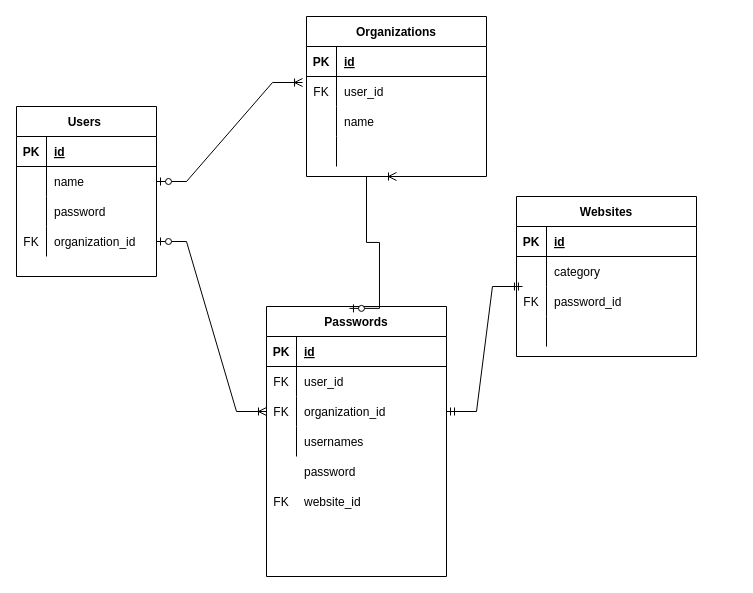
The draw.io diagram PasswordKeepR.drawio in CoffeeJitterz/Password_Herder, before the edit. Source tidied: cells renumbered, new cells numbered last; positions are measured from the earlier drawing's top-left corner, leaving out a move shared by most shapes. Both pictures are drawn from the tidied source at 100%, with x=0, y=0 at pixel (16, 16).
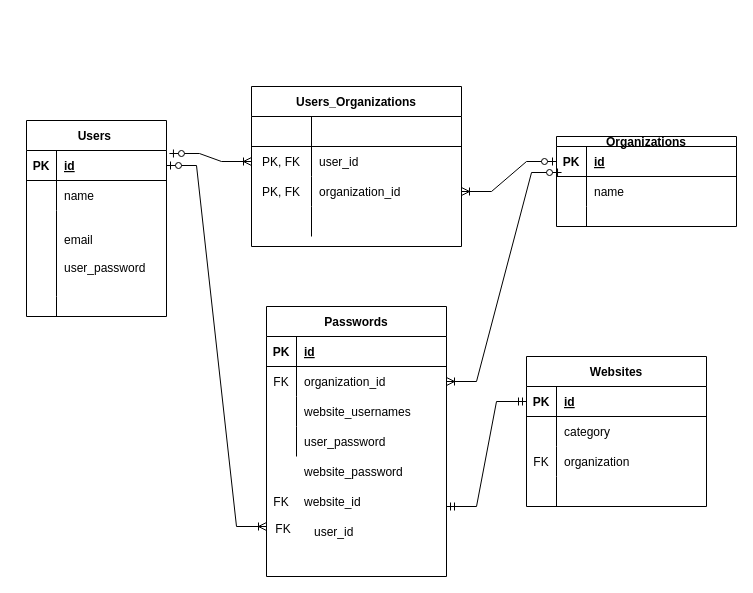
The same page after the edit.

Unchanged cells that the change refers to:
```xml
<mxCell id="3" style="shape=partialRectangle;fillColor=none;top=0;left=0;bottom=1;right=0;points=[[0,0.5],[1,0.5]];portConstraint=eastwest;" parent="2" vertex="1">
  <mxGeometry y="30" width="140" height="30" as="geometry" />
</mxCell>
<mxCell id="6" style="shape=partialRectangle;fillColor=none;top=0;left=0;bottom=0;right=0;points=[[0,0.5],[1,0.5]];portConstraint=eastwest;" parent="2" vertex="1">
  <mxGeometry y="60" width="140" height="30" as="geometry" />
</mxCell>
<mxCell id="15" value="Passwords" style="shape=table;startSize=30;childLayout=tableLayout;rowLines=0;fontStyle=1;align=center;" parent="1" vertex="1">
  <mxGeometry x="250" y="290" width="180" height="270" as="geometry" />
</mxCell>
<mxCell id="19" style="shape=partialRectangle;fillColor=none;top=0;left=0;bottom=0;right=0;points=[[0,0.5],[1,0.5]];portConstraint=eastwest;" parent="15" vertex="1">
  <mxGeometry y="60" width="180" height="30" as="geometry" />
</mxCell>
<mxCell id="44" style="shape=partialRectangle;fillColor=none;top=0;left=0;bottom=1;right=0;points=[[0,0.5],[1,0.5]];portConstraint=eastwest;" parent="43" vertex="1">
  <mxGeometry y="30" width="180" height="30" as="geometry" />
</mxCell>
<mxCell id="50" style="shape=partialRectangle;fillColor=none;top=0;left=0;bottom=0;right=0;points=[[0,0.5],[1,0.5]];portConstraint=eastwest;" parent="43" vertex="1">
  <mxGeometry y="90" width="180" height="30" as="geometry" />
</mxCell>
```

The edit, as a diff of the source:
```diff
@@
     <mxCell id="2" value="Users " style="shape=table;startSize=30;childLayout=tableLayout;rowLines=0;fontStyle=1;align=center;" parent="1" vertex="1">
-      <mxGeometry y="90" width="140" height="170" as="geometry" />
+      <mxGeometry x="10" y="104" width="140" height="196" as="geometry" />
     </mxCell>
@@
     <mxCell id="9" style="shape=partialRectangle;fillColor=none;top=0;left=0;bottom=0;right=0;" parent="2" vertex="1">
-      <mxGeometry y="90" width="140" height="30" as="geometry" />
+      <mxGeometry y="90" width="140" height="86" as="geometry" />
     </mxCell>
     <mxCell id="10" style="shape=partialRectangle;fillColor=none;top=0;left=0;bottom=0;right=0;overflow=hidden;" parent="9" vertex="1">
-      <mxGeometry width="30" height="30" as="geometry" />
+      <mxGeometry width="30" height="86" as="geometry" />
     </mxCell>
-    <mxCell id="11" value="password" style="shape=partialRectangle;fillColor=none;top=0;left=0;bottom=0;right=0;align=left;spacingLeft=6;overflow=hidden;" parent="9" vertex="1">
-      <mxGeometry x="30" width="110" height="30" as="geometry" />
+    <mxCell id="11" value="email&#10;&#10;user_password" style="shape=partialRectangle;fillColor=none;top=0;left=0;bottom=0;right=0;align=left;spacingLeft=6;overflow=hidden;" parent="9" vertex="1">
+      <mxGeometry x="30" width="110" height="86" as="geometry" />
     </mxCell>
     <mxCell id="12" style="shape=partialRectangle;fillColor=none;top=0;left=0;bottom=0;right=0;points=[[0,0.5],[1,0.5]];portConstraint=eastwest;" parent="2" vertex="1">
-      <mxGeometry y="120" width="140" height="30" as="geometry" />
+      <mxGeometry y="176" width="140" height="20" as="geometry" />
     </mxCell>
-    <mxCell id="13" value="FK" style="shape=partialRectangle;fillColor=none;top=0;left=0;bottom=0;right=0;overflow=hidden;" parent="12" vertex="1">
-      <mxGeometry width="30" height="30" as="geometry" />
+    <mxCell id="13" style="shape=partialRectangle;fillColor=none;top=0;left=0;bottom=0;right=0;overflow=hidden;" parent="12" vertex="1">
+      <mxGeometry width="30" height="20" as="geometry" />
     </mxCell>
-    <mxCell id="14" value="organization_id" style="shape=partialRectangle;fillColor=none;top=0;left=0;bottom=0;right=0;align=left;spacingLeft=6;overflow=hidden;" parent="12" vertex="1">
-      <mxGeometry x="30" width="110" height="30" as="geometry" />
+    <mxCell id="14" style="shape=partialRectangle;fillColor=none;top=0;left=0;bottom=0;right=0;align=left;spacingLeft=6;overflow=hidden;" parent="12" vertex="1">
+      <mxGeometry x="30" width="110" height="20" as="geometry" />
     </mxCell>
@@
-    <mxCell id="21" value="user_id" style="shape=partialRectangle;fillColor=none;top=0;left=0;bottom=0;right=0;align=left;spacingLeft=6;overflow=hidden;" parent="19" vertex="1">
+    <mxCell id="21" value="organization_id" style="shape=partialRectangle;fillColor=none;top=0;left=0;bottom=0;right=0;align=left;spacingLeft=6;overflow=hidden;" parent="19" vertex="1">
       <mxGeometry x="30" width="150" height="30" as="geometry" />
     </mxCell>
+    <mxCell id="25" style="shape=partialRectangle;fillColor=none;top=0;left=0;bottom=0;right=0;" parent="15" vertex="1">
+      <mxGeometry y="90" width="180" height="30" as="geometry" />
+    </mxCell>
+    <mxCell id="26" style="shape=partialRectangle;fillColor=none;top=0;left=0;bottom=0;right=0;overflow=hidden;" parent="25" vertex="1">
+      <mxGeometry width="30" height="30" as="geometry" />
+    </mxCell>
+    <mxCell id="27" value="website_usernames" style="shape=partialRectangle;fillColor=none;top=0;left=0;bottom=0;right=0;align=left;spacingLeft=6;overflow=hidden;" parent="25" vertex="1">
+      <mxGeometry x="30" width="150" height="30" as="geometry" />
+    </mxCell>
     <mxCell id="22" style="shape=partialRectangle;fillColor=none;top=0;left=0;bottom=0;right=0;points=[[0,0.5],[1,0.5]];portConstraint=eastwest;" parent="15" vertex="1">
-      <mxGeometry y="90" width="180" height="30" as="geometry" />
+      <mxGeometry y="120" width="180" height="30" as="geometry" />
     </mxCell>
-    <mxCell id="23" value="FK" style="shape=partialRectangle;fillColor=none;top=0;left=0;bottom=0;right=0;overflow=hidden;" parent="22" vertex="1">
+    <mxCell id="23" style="shape=partialRectangle;fillColor=none;top=0;left=0;bottom=0;right=0;overflow=hidden;" parent="22" vertex="1">
       <mxGeometry width="30" height="30" as="geometry" />
     </mxCell>
-    <mxCell id="24" value="organization_id" style="shape=partialRectangle;fillColor=none;top=0;left=0;bottom=0;right=0;align=left;spacingLeft=6;overflow=hidden;" parent="22" vertex="1">
+    <mxCell id="24" value="user_password" style="shape=partialRectangle;fillColor=none;top=0;left=0;bottom=0;right=0;align=left;spacingLeft=6;overflow=hidden;" parent="22" vertex="1">
       <mxGeometry x="30" width="150" height="30" as="geometry" />
     </mxCell>
-    <mxCell id="25" style="shape=partialRectangle;fillColor=none;top=0;left=0;bottom=0;right=0;" parent="15" vertex="1">
-      <mxGeometry y="120" width="180" height="30" as="geometry" />
-    </mxCell>
-    <mxCell id="26" style="shape=partialRectangle;fillColor=none;top=0;left=0;bottom=0;right=0;overflow=hidden;" parent="25" vertex="1">
-      <mxGeometry width="30" height="30" as="geometry" />
-    </mxCell>
-    <mxCell id="27" value="usernames" style="shape=partialRectangle;fillColor=none;top=0;left=0;bottom=0;right=0;align=left;spacingLeft=6;overflow=hidden;" parent="25" vertex="1">
-      <mxGeometry x="30" width="150" height="30" as="geometry" />
-    </mxCell>
-    <mxCell id="28" value="Organizations" style="shape=table;startSize=30;childLayout=tableLayout;rowLines=0;fontStyle=1;align=center;" parent="1" vertex="1">
-      <mxGeometry x="290" width="180" height="160" as="geometry" />
+    <mxCell id="28" value="Organizations" style="shape=table;startSize=10;childLayout=tableLayout;rowLines=0;fontStyle=1;align=center;" parent="1" vertex="1">
+      <mxGeometry x="540" y="120" width="180" height="90" as="geometry" />
     </mxCell>
     <mxCell id="29" style="shape=partialRectangle;fillColor=none;top=0;left=0;bottom=1;right=0;points=[[0,0.5],[1,0.5]];portConstraint=eastwest;" parent="28" vertex="1">
-      <mxGeometry y="30" width="180" height="30" as="geometry" />
+      <mxGeometry y="10" width="180" height="30" as="geometry" />
     </mxCell>
@@
     <mxCell id="32" style="shape=partialRectangle;fillColor=none;top=0;left=0;bottom=0;right=0;points=[[0,0.5],[1,0.5]];portConstraint=eastwest;" parent="28" vertex="1">
-      <mxGeometry y="60" width="180" height="30" as="geometry" />
+      <mxGeometry y="40" width="180" height="30" as="geometry" />
     </mxCell>
-    <mxCell id="33" value="FK" style="shape=partialRectangle;fillColor=none;top=0;left=0;bottom=0;right=0;overflow=hidden;" parent="32" vertex="1">
+    <mxCell id="33" style="shape=partialRectangle;fillColor=none;top=0;left=0;bottom=0;right=0;overflow=hidden;" parent="32" vertex="1">
       <mxGeometry width="30" height="30" as="geometry" />
     </mxCell>
-    <mxCell id="34" value="user_id" style="shape=partialRectangle;fillColor=none;top=0;left=0;bottom=0;right=0;align=left;spacingLeft=6;overflow=hidden;" parent="32" vertex="1">
+    <mxCell id="34" value="name" style="shape=partialRectangle;fillColor=none;top=0;left=0;bottom=0;right=0;align=left;spacingLeft=6;overflow=hidden;" parent="32" vertex="1">
       <mxGeometry x="30" width="150" height="30" as="geometry" />
     </mxCell>
-    <mxCell id="35" style="shape=partialRectangle;fillColor=none;top=0;left=0;bottom=0;right=0;" parent="28" vertex="1">
-      <mxGeometry y="90" width="180" height="30" as="geometry" />
-    </mxCell>
-    <mxCell id="36" style="shape=partialRectangle;fillColor=none;top=0;left=0;bottom=0;right=0;overflow=hidden;" parent="35" vertex="1">
-      <mxGeometry width="30" height="30" as="geometry" />
-    </mxCell>
-    <mxCell id="37" value="name" style="shape=partialRectangle;fillColor=none;top=0;left=0;bottom=0;right=0;align=left;spacingLeft=6;overflow=hidden;" parent="35" vertex="1">
-      <mxGeometry x="30" width="150" height="30" as="geometry" />
-    </mxCell>
     <mxCell id="38" style="shape=partialRectangle;fillColor=none;top=0;left=0;bottom=0;right=0;" parent="28" vertex="1">
-      <mxGeometry y="120" width="180" height="30" as="geometry" />
+      <mxGeometry y="70" width="180" height="20" as="geometry" />
     </mxCell>
     <mxCell id="39" style="shape=partialRectangle;fillColor=none;top=0;left=0;bottom=0;right=0;overflow=hidden;" parent="38" vertex="1">
-      <mxGeometry width="30" height="30" as="geometry" />
+      <mxGeometry width="30" height="20" as="geometry" />
     </mxCell>
     <mxCell id="40" style="shape=partialRectangle;fillColor=none;top=0;left=0;bottom=0;right=0;align=left;spacingLeft=6;overflow=hidden;" parent="38" vertex="1">
-      <mxGeometry x="30" width="150" height="30" as="geometry" />
+      <mxGeometry x="30" width="150" height="20" as="geometry" />
     </mxCell>
-    <mxCell id="41" value="password" style="shape=partialRectangle;fillColor=none;top=0;left=0;bottom=0;right=0;align=left;spacingLeft=6;overflow=hidden;" parent="1" vertex="1">
+    <mxCell id="41" value="website_password" style="shape=partialRectangle;fillColor=none;top=0;left=0;bottom=0;right=0;align=left;spacingLeft=6;overflow=hidden;" parent="1" vertex="1">
       <mxGeometry x="280" y="440" width="150" height="30" as="geometry" />
     </mxCell>
@@
     <mxCell id="43" value="Websites" style="shape=table;startSize=30;childLayout=tableLayout;rowLines=0;fontStyle=1;align=center;" parent="1" vertex="1">
-      <mxGeometry x="500" y="180" width="180" height="160" as="geometry" />
+      <mxGeometry x="510" y="340" width="180" height="150" as="geometry" />
     </mxCell>
@@
-    <mxCell id="52" value="password_id" style="shape=partialRectangle;fillColor=none;top=0;left=0;bottom=0;right=0;align=left;spacingLeft=6;overflow=hidden;" parent="50" vertex="1">
+    <mxCell id="52" value="organization" style="shape=partialRectangle;fillColor=none;top=0;left=0;bottom=0;right=0;align=left;spacingLeft=6;overflow=hidden;" parent="50" vertex="1">
       <mxGeometry x="30" width="150" height="30" as="geometry" />
     </mxCell>
@@
-    <mxCell id="56" style="edgeStyle=entityRelationEdgeStyle;fontSize=12;html=1;endArrow=ERoneToMany;startArrow=ERzeroToOne;rounded=0;entryX=-0.022;entryY=0.2;entryDx=0;entryDy=0;entryPerimeter=0;exitX=1;exitY=0.5;exitDx=0;exitDy=0;" parent="1" edge="1" source="6" target="32">
+    <mxCell id="56" style="edgeStyle=entityRelationEdgeStyle;fontSize=12;html=1;endArrow=ERoneToMany;startArrow=ERzeroToOne;rounded=0;exitX=1.021;exitY=0.1;exitDx=0;exitDy=0;exitPerimeter=0;" parent="1" edge="1" source="3" target="65">
       <mxGeometry relative="1" as="geometry" />
     </mxCell>
-    <mxCell id="57" style="edgeStyle=entityRelationEdgeStyle;fontSize=12;html=1;endArrow=ERoneToMany;startArrow=ERzeroToOne;rounded=0;exitX=1;exitY=0.5;exitDx=0;exitDy=0;" parent="1" edge="1" source="12" target="22">
+    <mxCell id="57" style="edgeStyle=entityRelationEdgeStyle;fontSize=12;html=1;endArrow=ERoneToMany;startArrow=ERzeroToOne;rounded=0;entryX=1;entryY=0.5;entryDx=0;entryDy=0;exitX=0.028;exitY=-0.133;exitDx=0;exitDy=0;exitPerimeter=0;" parent="1" edge="1" source="32" target="19">
       <mxGeometry relative="1" as="geometry" />
     </mxCell>
-    <mxCell id="58" style="edgeStyle=entityRelationEdgeStyle;fontSize=12;html=1;endArrow=ERoneToMany;startArrow=ERzeroToOne;rounded=0;exitX=0.461;exitY=0.007;exitDx=0;exitDy=0;exitPerimeter=0;entryX=0.5;entryY=1;entryDx=0;entryDy=0;" parent="1" edge="1" source="15" target="28">
-      <mxGeometry relative="1" as="geometry" />
-    </mxCell>
-    <mxCell id="59" style="edgeStyle=entityRelationEdgeStyle;fontSize=12;html=1;endArrow=ERmandOne;startArrow=ERmandOne;rounded=0;exitX=1;exitY=0.5;exitDx=0;exitDy=0;entryX=0.033;entryY=0;entryDx=0;entryDy=0;entryPerimeter=0;" parent="1" edge="1" source="22" target="50">
-      <mxGeometry relative="1" as="geometry" />
+    <mxCell id="59" style="edgeStyle=entityRelationEdgeStyle;fontSize=12;html=1;endArrow=ERmandOne;startArrow=ERmandOne;rounded=0;entryX=0;entryY=0.5;entryDx=0;entryDy=0;" parent="1" edge="1" target="44">
+      <mxGeometry relative="1" as="geometry">
+        <mxPoint x="430" y="490" as="sourcePoint" />
+      </mxGeometry>
     </mxCell>
@@
+    <mxCell id="61" value="Users_Organizations" style="shape=table;startSize=30;childLayout=tableLayout;rowLines=0;fontStyle=1;align=center;" parent="1" vertex="1">
+      <mxGeometry x="235" y="70" width="210" height="160" as="geometry" />
+    </mxCell>
+    <mxCell id="62" style="shape=partialRectangle;fillColor=none;top=0;left=0;bottom=1;right=0;" parent="61" vertex="1">
+      <mxGeometry y="30" width="210" height="30" as="geometry" />
+    </mxCell>
+    <mxCell id="63" style="shape=partialRectangle;fillColor=none;top=0;left=0;bottom=0;right=0;fontStyle=1;overflow=hidden;" parent="62" vertex="1">
+      <mxGeometry width="60" height="30" as="geometry" />
+    </mxCell>
+    <mxCell id="64" style="shape=partialRectangle;fillColor=none;top=0;left=0;bottom=0;right=0;align=left;spacingLeft=6;fontStyle=5;overflow=hidden;" parent="62" vertex="1">
+      <mxGeometry x="60" width="150" height="30" as="geometry" />
+    </mxCell>
+    <mxCell id="65" style="shape=partialRectangle;fillColor=none;top=0;left=0;bottom=0;right=0;points=[[0,0.5],[1,0.5]];portConstraint=eastwest;" parent="61" vertex="1">
+      <mxGeometry y="60" width="210" height="30" as="geometry" />
+    </mxCell>
+    <mxCell id="66" value="PK, FK" style="shape=partialRectangle;fillColor=none;top=0;left=0;bottom=0;right=0;overflow=hidden;" parent="65" vertex="1">
+      <mxGeometry width="60" height="30" as="geometry" />
+    </mxCell>
+    <mxCell id="67" value="user_id" style="shape=partialRectangle;fillColor=none;top=0;left=0;bottom=0;right=0;align=left;spacingLeft=6;overflow=hidden;" parent="65" vertex="1">
+      <mxGeometry x="60" width="150" height="30" as="geometry" />
+    </mxCell>
+    <mxCell id="68" style="shape=partialRectangle;fillColor=none;top=0;left=0;bottom=0;right=0;points=[[0,0.5],[1,0.5]];portConstraint=eastwest;" parent="61" vertex="1">
+      <mxGeometry y="90" width="210" height="30" as="geometry" />
+    </mxCell>
+    <mxCell id="69" value="PK, FK" style="shape=partialRectangle;fillColor=none;top=0;left=0;bottom=0;right=0;overflow=hidden;" parent="68" vertex="1">
+      <mxGeometry width="60" height="30" as="geometry" />
+    </mxCell>
+    <mxCell id="70" value="organization_id" style="shape=partialRectangle;fillColor=none;top=0;left=0;bottom=0;right=0;align=left;spacingLeft=6;overflow=hidden;" parent="68" vertex="1">
+      <mxGeometry x="60" width="150" height="30" as="geometry" />
+    </mxCell>
+    <mxCell id="71" style="shape=partialRectangle;fillColor=none;top=0;left=0;bottom=0;right=0;" parent="61" vertex="1">
+      <mxGeometry y="120" width="210" height="30" as="geometry" />
+    </mxCell>
+    <mxCell id="72" style="shape=partialRectangle;fillColor=none;top=0;left=0;bottom=0;right=0;overflow=hidden;" parent="71" vertex="1">
+      <mxGeometry width="60" height="30" as="geometry" />
+    </mxCell>
+    <mxCell id="73" style="shape=partialRectangle;fillColor=none;top=0;left=0;bottom=0;right=0;align=left;spacingLeft=6;overflow=hidden;" parent="71" vertex="1">
+      <mxGeometry x="60" width="150" height="30" as="geometry" />
+    </mxCell>
+    <mxCell id="74" style="edgeStyle=entityRelationEdgeStyle;fontSize=12;html=1;endArrow=ERoneToMany;startArrow=ERzeroToOne;rounded=0;" parent="1" edge="1" source="29" target="68">
+      <mxGeometry relative="1" as="geometry" />
+    </mxCell>
+    <mxCell id="75" value="user_id" style="shape=partialRectangle;fillColor=none;top=0;left=0;bottom=0;right=0;align=left;spacingLeft=6;overflow=hidden;" parent="1" vertex="1">
+      <mxGeometry x="290" y="500" width="150" height="30" as="geometry" />
+    </mxCell>
+    <mxCell id="76" style="edgeStyle=entityRelationEdgeStyle;fontSize=12;html=1;endArrow=ERoneToMany;startArrow=ERzeroToOne;rounded=0;" parent="1" edge="1" source="3">
+      <mxGeometry relative="1" as="geometry">
+        <mxPoint x="250" y="510" as="targetPoint" />
+      </mxGeometry>
+    </mxCell>
+    <mxCell id="77" value="FK" style="shape=partialRectangle;fillColor=none;top=0;left=0;bottom=0;right=0;overflow=hidden;" parent="1" vertex="1">
+      <mxGeometry x="252" y="497" width="30" height="30" as="geometry" />
+    </mxCell>
```
